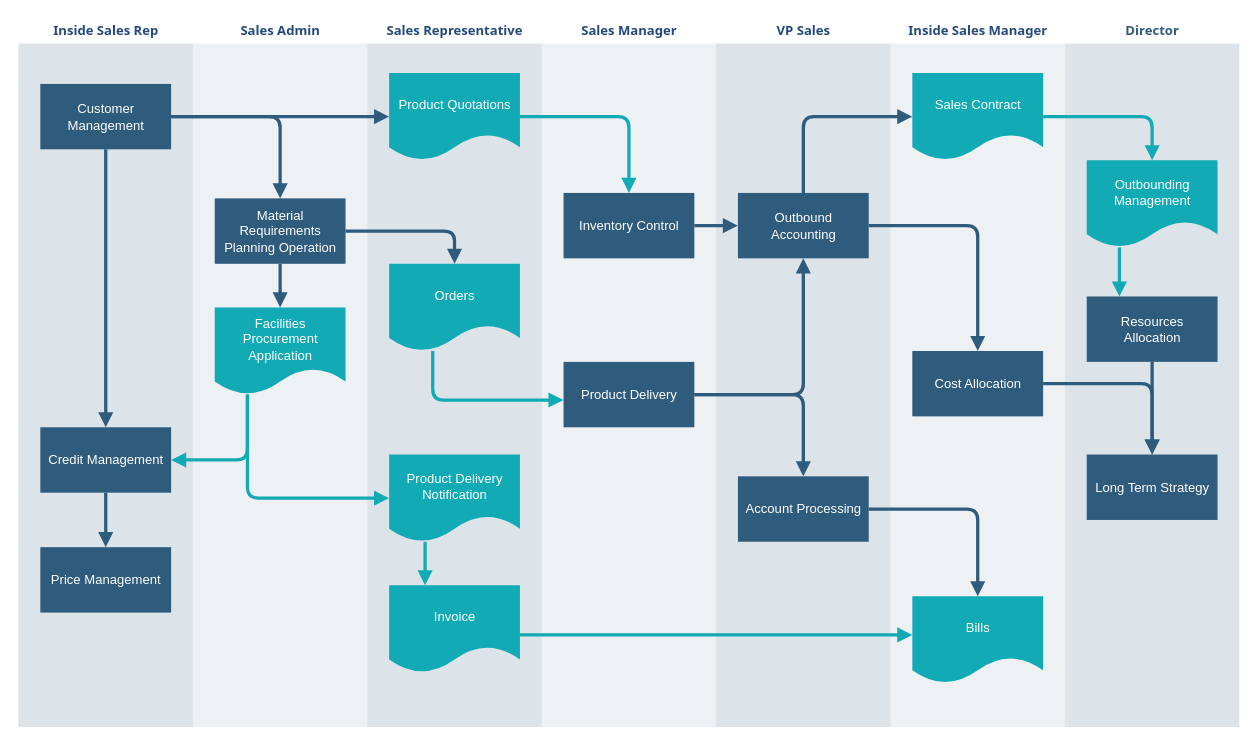
Earlier version of the draw.io diagram Диаграмма без названия.drawio (Balumys/xkcd_comics). Source tidied: cells renumbered, new cells numbered last; positions are measured from the earlier drawing's top-left corner, leaving out a move shared by most shapes. Both pictures are drawn from the tidied source at 109%, with x=0, y=0 at pixel (17, 17).
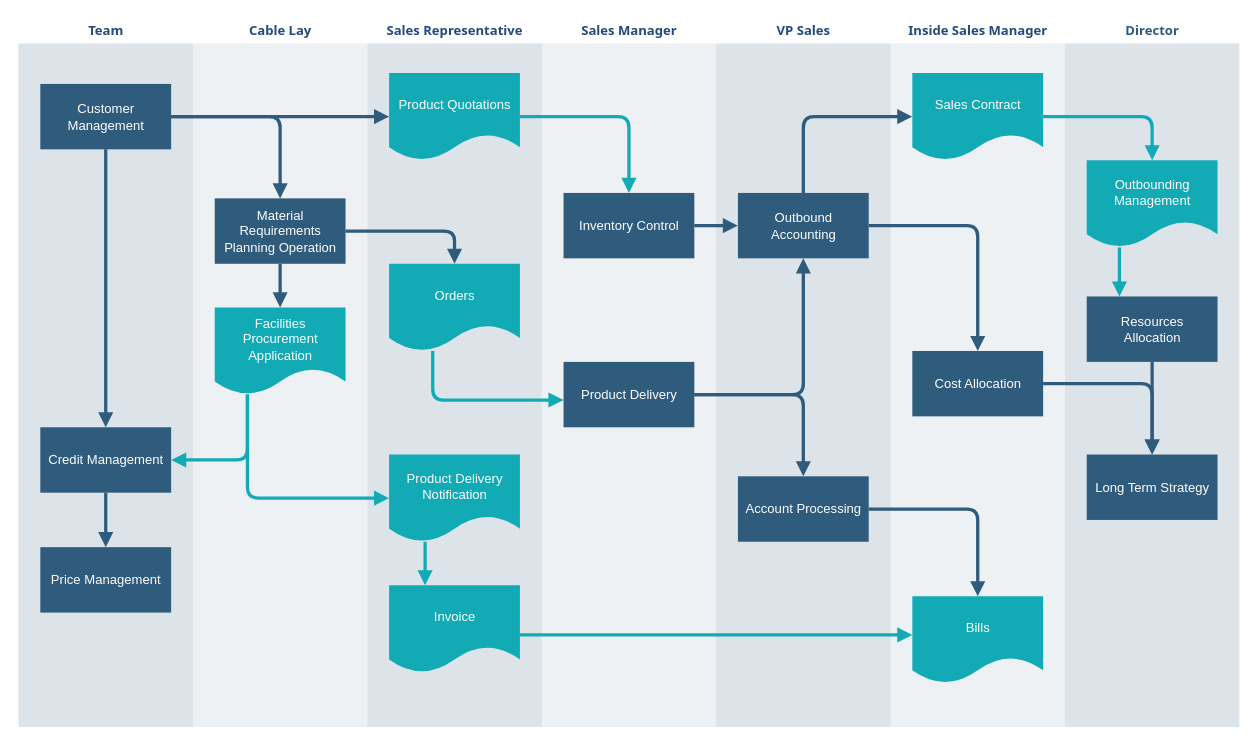
The same page after the edit.

Change to the diagram source:
```diff
@@
-    <mxCell id="2" value="&lt;font color=&quot;#23497d&quot;&gt;Inside Sales Rep&lt;/font&gt;" style="swimlane;whiteSpace=wrap;fillColor=none;swimlaneFillColor=#BAC8D3;fontColor=#2F5B7C;fontFamily=Tahoma;html=1;strokeColor=none;opacity=50;" parent="1" vertex="1">
+    <mxCell id="2" value="&lt;font color=&quot;#23497d&quot;&gt;Team&lt;/font&gt;" style="swimlane;whiteSpace=wrap;fillColor=none;swimlaneFillColor=#BAC8D3;fontColor=#2F5B7C;fontFamily=Tahoma;html=1;strokeColor=none;opacity=50;" parent="1" vertex="1">
       <mxGeometry x="0.5" y="0.5" width="160" height="650" as="geometry" />
     </mxCell>
@@
-    <mxCell id="15" value="&lt;font color=&quot;#23497d&quot;&gt;Sales Admin&lt;/font&gt;" style="swimlane;whiteSpace=wrap;fillColor=none;swimlaneFillColor=#BAC8D3;fontColor=#2F5B7C;fontFamily=Tahoma;html=1;strokeColor=none;opacity=25;" parent="1" vertex="1">
+    <mxCell id="15" value="&lt;font color=&quot;#23497d&quot;&gt;Cable Lay&lt;/font&gt;" style="swimlane;whiteSpace=wrap;fillColor=none;swimlaneFillColor=#BAC8D3;fontColor=#2F5B7C;fontFamily=Tahoma;html=1;strokeColor=none;opacity=25;" parent="1" vertex="1">
       <mxGeometry x="160.5" y="0.5" width="160" height="650" as="geometry" />
     </mxCell>
```
